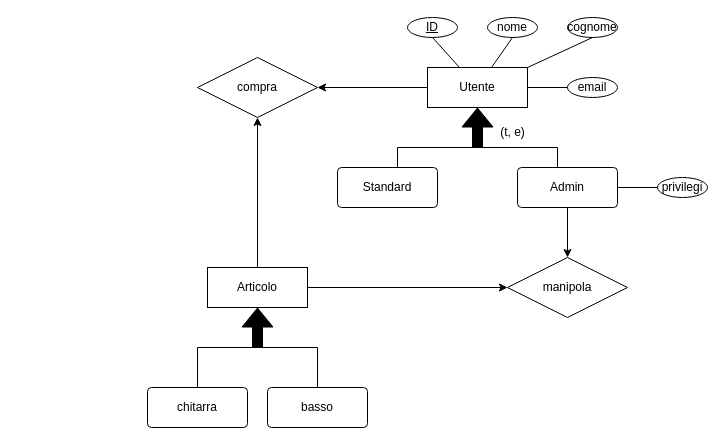
Earlier version of the draw.io diagram Diagramma senza titolo.drawio (fgatto13/tsw). Source tidied: cells renumbered, new cells numbered last; positions are measured from the earlier drawing's top-left corner, leaving out a move shared by most shapes. Both pictures are drawn from the tidied source at 100%, with x=0, y=0 at pixel (147, 17).
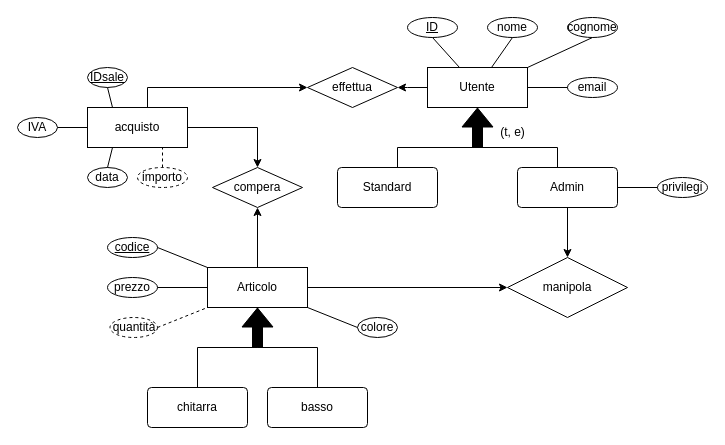
After the change.

Unchanged cells that the change refers to:
```xml
<mxCell id="3" value="Utente" style="whiteSpace=wrap;html=1;align=center;" parent="1" vertex="1">
  <mxGeometry x="280" y="50" width="100" height="40" as="geometry" />
</mxCell>
<mxCell id="14" value="Articolo" style="whiteSpace=wrap;html=1;align=center;" parent="1" vertex="1">
  <mxGeometry x="60" y="250" width="100" height="40" as="geometry" />
</mxCell>
```

The edit, as a diff of the source:
```diff
@@
-    <mxCell id="2" style="edgeStyle=orthogonalEdgeStyle;rounded=0;jettySize=auto;html=1;" parent="1" edge="1" source="3" target="12">
-      <mxGeometry relative="1" as="geometry" />
+    <mxCell id="2" style="edgeStyle=orthogonalEdgeStyle;rounded=0;jettySize=auto;html=1;" parent="1" edge="1" source="3">
+      <mxGeometry relative="1" as="geometry">
+        <mxPoint x="250" y="70" as="targetPoint" />
+      </mxGeometry>
     </mxCell>
@@
-    <mxCell id="12" value="compra" style="shape=rhombus;perimeter=rhombusPerimeter;whiteSpace=wrap;html=1;align=center;" parent="1" vertex="1">
-      <mxGeometry x="50" y="40" width="120" height="60" as="geometry" />
-    </mxCell>
-    <mxCell id="13" style="edgeStyle=orthogonalEdgeStyle;rounded=0;jettySize=auto;html=1;entryX=0.5;entryY=1;entryDx=0;entryDy=0;" parent="1" edge="1" source="14" target="12">
-      <mxGeometry relative="1" as="geometry" />
+    <mxCell id="13" style="edgeStyle=orthogonalEdgeStyle;rounded=0;jettySize=auto;html=1;" parent="1" edge="1" source="14">
+      <mxGeometry relative="1" as="geometry">
+        <mxPoint x="110" y="190" as="targetPoint" />
+      </mxGeometry>
     </mxCell>
@@
+    <mxCell id="32" value="prezzo" style="ellipse;whiteSpace=wrap;html=1;align=center;" parent="1" vertex="1">
+      <mxGeometry x="-40" y="260" width="50" height="20" as="geometry" />
+    </mxCell>
+    <mxCell id="33" style="endArrow=none;html=1;rounded=0;entryX=0;entryY=0.5;entryDx=0;entryDy=0;exitX=1;exitY=0.5;exitDx=0;exitDy=0;" parent="1" edge="1" source="32" target="14">
+      <mxGeometry relative="1" as="geometry" />
+    </mxCell>
+    <mxCell id="34" value="codice" style="ellipse;whiteSpace=wrap;html=1;align=center;fontStyle=4;" parent="1" vertex="1">
+      <mxGeometry x="-40" y="220" width="50" height="20" as="geometry" />
+    </mxCell>
+    <mxCell id="35" style="endArrow=none;html=1;rounded=0;exitX=1;exitY=0.5;exitDx=0;exitDy=0;entryX=0;entryY=0;entryDx=0;entryDy=0;" parent="1" edge="1" source="34" target="14">
+      <mxGeometry relative="1" as="geometry" />
+    </mxCell>
+    <mxCell id="36" value="quantità" style="ellipse;whiteSpace=wrap;html=1;align=center;dashed=1;" parent="1" vertex="1">
+      <mxGeometry x="-37.5" y="300" width="47.5" height="20" as="geometry" />
+    </mxCell>
+    <mxCell id="37" style="endArrow=none;dashed=1;html=1;rounded=0;exitX=1;exitY=0.5;exitDx=0;exitDy=0;entryX=0;entryY=1;entryDx=0;entryDy=0;" parent="1" edge="1" source="36" target="14">
+      <mxGeometry relative="1" as="geometry" />
+    </mxCell>
+    <mxCell id="38" value="colore" style="ellipse;whiteSpace=wrap;html=1;align=center;" parent="1" vertex="1">
+      <mxGeometry x="210" y="300" width="40" height="20" as="geometry" />
+    </mxCell>
+    <mxCell id="39" style="endArrow=none;html=1;rounded=0;entryX=0;entryY=0.5;entryDx=0;entryDy=0;exitX=1;exitY=1;exitDx=0;exitDy=0;" parent="1" edge="1" source="14" target="38">
+      <mxGeometry relative="1" as="geometry" />
+    </mxCell>
+    <mxCell id="40" style="edgeStyle=orthogonalEdgeStyle;rounded=0;jettySize=auto;html=1;" parent="1" edge="1" source="41" target="42">
+      <mxGeometry relative="1" as="geometry" />
+    </mxCell>
+    <mxCell id="41" value="acquisto" style="whiteSpace=wrap;html=1;align=center;" parent="1" vertex="1">
+      <mxGeometry x="-60" y="90" width="100" height="40" as="geometry" />
+    </mxCell>
+    <mxCell id="42" value="compera" style="shape=rhombus;perimeter=rhombusPerimeter;whiteSpace=wrap;html=1;align=center;" parent="1" vertex="1">
+      <mxGeometry x="65" y="150" width="90" height="40" as="geometry" />
+    </mxCell>
+    <mxCell id="43" value="effettua" style="shape=rhombus;perimeter=rhombusPerimeter;whiteSpace=wrap;html=1;align=center;" parent="1" vertex="1">
+      <mxGeometry x="160" y="50" width="90" height="40" as="geometry" />
+    </mxCell>
+    <mxCell id="44" style="edgeStyle=orthogonalEdgeStyle;rounded=0;jettySize=auto;html=1;entryX=0;entryY=0.5;entryDx=0;entryDy=0;exitX=0.6;exitY=0;exitDx=0;exitDy=0;exitPerimeter=0;" parent="1" edge="1" source="41" target="43">
+      <mxGeometry relative="1" as="geometry" />
+    </mxCell>
+    <mxCell id="45" value="data" style="ellipse;whiteSpace=wrap;html=1;align=center;" parent="1" vertex="1">
+      <mxGeometry x="-60" y="150" width="40" height="20" as="geometry" />
+    </mxCell>
+    <mxCell id="46" style="endArrow=none;html=1;rounded=0;exitX=0.25;exitY=1;exitDx=0;exitDy=0;entryX=0.5;entryY=0;entryDx=0;entryDy=0;" parent="1" edge="1" source="41" target="45">
+      <mxGeometry relative="1" as="geometry" />
+    </mxCell>
+    <mxCell id="47" value="importo" style="ellipse;whiteSpace=wrap;html=1;align=center;dashed=1;" parent="1" vertex="1">
+      <mxGeometry x="-10" y="150" width="50" height="20" as="geometry" />
+    </mxCell>
+    <mxCell id="48" style="endArrow=none;dashed=1;html=1;rounded=0;exitX=0.5;exitY=0;exitDx=0;exitDy=0;entryX=0.75;entryY=1;entryDx=0;entryDy=0;" parent="1" edge="1" source="47" target="41">
+      <mxGeometry relative="1" as="geometry" />
+    </mxCell>
+    <mxCell id="49" value="IDsale" style="ellipse;whiteSpace=wrap;html=1;align=center;fontStyle=4;" parent="1" vertex="1">
+      <mxGeometry x="-60" y="50" width="40" height="20" as="geometry" />
+    </mxCell>
+    <mxCell id="50" style="endArrow=none;html=1;rounded=0;entryX=0.5;entryY=1;entryDx=0;entryDy=0;exitX=0.25;exitY=0;exitDx=0;exitDy=0;" parent="1" edge="1" source="41" target="49">
+      <mxGeometry relative="1" as="geometry" />
+    </mxCell>
+    <mxCell id="51" value="IVA" style="ellipse;whiteSpace=wrap;html=1;align=center;" parent="1" vertex="1">
+      <mxGeometry x="-130" y="100" width="40" height="20" as="geometry" />
+    </mxCell>
+    <mxCell id="52" style="endArrow=none;html=1;rounded=0;exitX=1;exitY=0.5;exitDx=0;exitDy=0;entryX=0;entryY=0.5;entryDx=0;entryDy=0;" parent="1" edge="1" source="51" target="41">
+      <mxGeometry relative="1" as="geometry" />
+    </mxCell>
```
